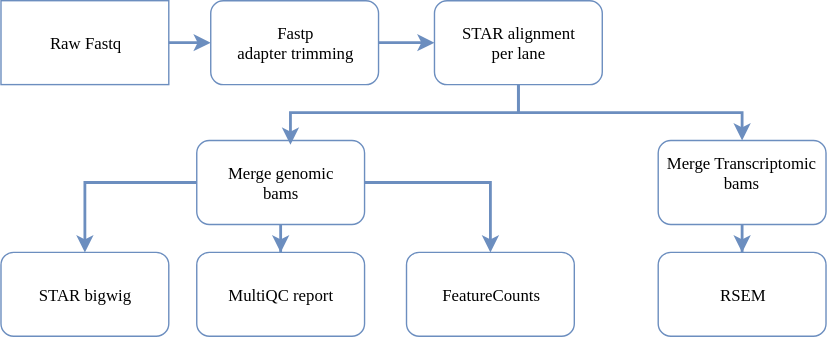
The draw.io diagram images/transcriptome.svg in imperial-genomics-facility/igf-pipeline-help, before a commit. Source tidied: cells renumbered, new cells last; positions are measured from the earlier drawing's top-left corner, leaving out a move shared by most shapes. Its diagram source:
```xml
<mxGraphModel>
  <root>
    <mxCell id="0" />
    <mxCell id="1" parent="0" />
    <mxCell id="2" style="edgeStyle=orthogonalEdgeStyle;rounded=0;html=1;entryX=0;entryY=0.5;jettySize=auto;strokeWidth=2;fillColor=#dae8fc;strokeColor=#6c8ebf;" parent="1" edge="1" source="3" target="5">
      <mxGeometry relative="1" as="geometry" />
    </mxCell>
    <mxCell id="3" value="&lt;font face=&quot;Lucida Console&quot;&gt;Raw Fastq&lt;/font&gt;" style="rounded=0;whiteSpace=wrap;html=1;fillColor=none;strokeColor=#6c8ebf;" parent="1" vertex="1">
      <mxGeometry width="120" height="60" as="geometry" />
    </mxCell>
    <mxCell id="4" style="edgeStyle=orthogonalEdgeStyle;rounded=0;html=1;exitX=1;exitY=0.5;entryX=0;entryY=0.5;jettySize=auto;strokeWidth=2;fillColor=#dae8fc;strokeColor=#6c8ebf;" parent="1" edge="1" source="5" target="8">
      <mxGeometry relative="1" as="geometry" />
    </mxCell>
    <mxCell id="5" value="&lt;font face=&quot;Lucida Console&quot;&gt;Fastp &lt;br&gt;adapter trimming&lt;/font&gt;" style="rounded=1;whiteSpace=wrap;html=1;fillColor=none;strokeColor=#6c8ebf;" parent="1" vertex="1">
      <mxGeometry x="150" width="120" height="60" as="geometry" />
    </mxCell>
    <mxCell id="6" style="edgeStyle=orthogonalEdgeStyle;rounded=0;html=1;exitX=0.5;exitY=1;entryX=0.558;entryY=0.05;entryPerimeter=0;jettySize=auto;strokeWidth=2;fillColor=#dae8fc;strokeColor=#6c8ebf;" parent="1" edge="1" source="8" target="12">
      <mxGeometry relative="1" as="geometry" />
    </mxCell>
    <mxCell id="7" style="edgeStyle=orthogonalEdgeStyle;rounded=0;html=1;exitX=0.5;exitY=1;jettySize=auto;strokeWidth=2;fillColor=#dae8fc;strokeColor=#6c8ebf;" parent="1" edge="1" source="8" target="14">
      <mxGeometry relative="1" as="geometry" />
    </mxCell>
    <mxCell id="8" value="&lt;font face=&quot;Lucida Console&quot;&gt;STAR alignment&lt;br&gt;per lane&lt;/font&gt;" style="rounded=1;whiteSpace=wrap;html=1;fillColor=none;strokeColor=#6c8ebf;" parent="1" vertex="1">
      <mxGeometry x="310" width="120" height="60" as="geometry" />
    </mxCell>
    <mxCell id="9" style="edgeStyle=orthogonalEdgeStyle;rounded=0;html=1;jettySize=auto;strokeWidth=2;fillColor=#dae8fc;strokeColor=#6c8ebf;" parent="1" edge="1" source="12" target="15">
      <mxGeometry relative="1" as="geometry" />
    </mxCell>
    <mxCell id="10" style="edgeStyle=orthogonalEdgeStyle;rounded=0;html=1;exitX=1;exitY=0.5;jettySize=auto;strokeWidth=2;fillColor=#dae8fc;strokeColor=#6c8ebf;" parent="1" edge="1" source="12" target="16">
      <mxGeometry relative="1" as="geometry" />
    </mxCell>
    <mxCell id="11" style="edgeStyle=orthogonalEdgeStyle;rounded=0;html=1;entryX=0.5;entryY=0;jettySize=auto;strokeWidth=2;fillColor=#dae8fc;strokeColor=#6c8ebf;" parent="1" edge="1" source="12" target="17">
      <mxGeometry relative="1" as="geometry" />
    </mxCell>
    <mxCell id="12" value="&lt;font face=&quot;Lucida Console&quot;&gt;Merge genomic &lt;br&gt;bams&lt;/font&gt;" style="rounded=1;whiteSpace=wrap;html=1;fillColor=none;strokeColor=#6c8ebf;" parent="1" vertex="1">
      <mxGeometry x="140" y="100" width="120" height="60" as="geometry" />
    </mxCell>
    <mxCell id="13" style="edgeStyle=orthogonalEdgeStyle;rounded=0;html=1;exitX=0.5;exitY=1;jettySize=auto;strokeWidth=2;fillColor=#dae8fc;strokeColor=#6c8ebf;" parent="1" edge="1" source="14" target="18">
      <mxGeometry relative="1" as="geometry" />
    </mxCell>
    <mxCell id="14" value="&lt;font face=&quot;Lucida Console&quot;&gt;Merge Transcriptomic bams&lt;/font&gt;" style="rounded=1;whiteSpace=wrap;html=1;fillColor=none;strokeColor=#6c8ebf;" parent="1" vertex="1">
      <mxGeometry x="470" y="100" width="120" height="60" as="geometry" />
    </mxCell>
    <mxCell id="15" value="&lt;font face=&quot;Lucida Console&quot;&gt;STAR bigwig&lt;/font&gt;" style="rounded=1;whiteSpace=wrap;html=1;fillColor=none;strokeColor=#6c8ebf;" parent="1" vertex="1">
      <mxGeometry y="180" width="120" height="60" as="geometry" />
    </mxCell>
    <mxCell id="16" value="&lt;font face=&quot;Lucida Console&quot;&gt;FeatureCounts&lt;/font&gt;" style="rounded=1;whiteSpace=wrap;html=1;fillColor=none;strokeColor=#6c8ebf;" parent="1" vertex="1">
      <mxGeometry x="290" y="180" width="120" height="60" as="geometry" />
    </mxCell>
    <mxCell id="17" value="&lt;font face=&quot;Lucida Console&quot;&gt;MultiQC report&lt;/font&gt;" style="rounded=1;whiteSpace=wrap;html=1;fillColor=none;strokeColor=#6c8ebf;" parent="1" vertex="1">
      <mxGeometry x="140" y="180" width="120" height="60" as="geometry" />
    </mxCell>
    <mxCell id="18" value="&lt;font face=&quot;Lucida Console&quot;&gt;RSEM&lt;/font&gt;" style="rounded=1;whiteSpace=wrap;html=1;fillColor=none;strokeColor=#6c8ebf;" parent="1" vertex="1">
      <mxGeometry x="470" y="180" width="120" height="60" as="geometry" />
    </mxCell>
  </root>
</mxGraphModel>
```
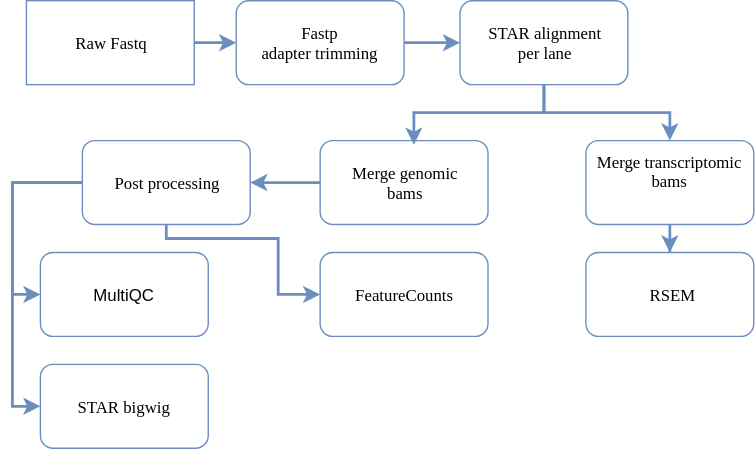
Later version of the same file.

Change to the diagram source:
```diff
@@ -23,35 +23,47 @@
     <mxCell id="8" value="&lt;font face=&quot;Lucida Console&quot;&gt;STAR alignment&lt;br&gt;per lane&lt;/font&gt;" style="rounded=1;whiteSpace=wrap;html=1;fillColor=none;strokeColor=#6c8ebf;" parent="1" vertex="1">
       <mxGeometry x="310" width="120" height="60" as="geometry" />
     </mxCell>
-    <mxCell id="9" style="edgeStyle=orthogonalEdgeStyle;rounded=0;html=1;jettySize=auto;strokeWidth=2;fillColor=#dae8fc;strokeColor=#6c8ebf;" parent="1" edge="1" source="12" target="15">
-      <mxGeometry relative="1" as="geometry" />
-    </mxCell>
-    <mxCell id="10" style="edgeStyle=orthogonalEdgeStyle;rounded=0;html=1;exitX=1;exitY=0.5;jettySize=auto;strokeWidth=2;fillColor=#dae8fc;strokeColor=#6c8ebf;" parent="1" edge="1" source="12" target="16">
-      <mxGeometry relative="1" as="geometry" />
-    </mxCell>
-    <mxCell id="11" style="edgeStyle=orthogonalEdgeStyle;rounded=0;html=1;entryX=0.5;entryY=0;jettySize=auto;strokeWidth=2;fillColor=#dae8fc;strokeColor=#6c8ebf;" parent="1" edge="1" source="12" target="17">
+    <mxCell id="11" style="edgeStyle=orthogonalEdgeStyle;rounded=0;html=1;exitX=0;exitY=0.5;entryX=1;entryY=0.5;jettySize=auto;strokeWidth=2;fillColor=#dae8fc;strokeColor=#6c8ebf;" parent="1" edge="1" source="12" target="17">
       <mxGeometry relative="1" as="geometry" />
     </mxCell>
-    <mxCell id="12" value="&lt;font face=&quot;Lucida Console&quot;&gt;Merge genomic &lt;br&gt;bams&lt;/font&gt;" style="rounded=1;whiteSpace=wrap;html=1;fillColor=none;strokeColor=#6c8ebf;" parent="1" vertex="1">
-      <mxGeometry x="140" y="100" width="120" height="60" as="geometry" />
+    <mxCell id="12" value="&lt;font face=&quot;Lucida Console&quot;&gt;Merge genomic &lt;br&gt;bams&lt;br&gt;&lt;/font&gt;" style="rounded=1;whiteSpace=wrap;html=1;fillColor=none;strokeColor=#6c8ebf;" parent="1" vertex="1">
+      <mxGeometry x="210" y="100" width="120" height="60" as="geometry" />
     </mxCell>
     <mxCell id="13" style="edgeStyle=orthogonalEdgeStyle;rounded=0;html=1;exitX=0.5;exitY=1;jettySize=auto;strokeWidth=2;fillColor=#dae8fc;strokeColor=#6c8ebf;" parent="1" edge="1" source="14" target="18">
       <mxGeometry relative="1" as="geometry" />
     </mxCell>
-    <mxCell id="14" value="&lt;font face=&quot;Lucida Console&quot;&gt;Merge Transcriptomic bams&lt;/font&gt;" style="rounded=1;whiteSpace=wrap;html=1;fillColor=none;strokeColor=#6c8ebf;" parent="1" vertex="1">
-      <mxGeometry x="470" y="100" width="120" height="60" as="geometry" />
+    <mxCell id="14" value="&lt;font face=&quot;Lucida Console&quot;&gt;Merge transcriptomic bams&lt;/font&gt;" style="rounded=1;whiteSpace=wrap;html=1;fillColor=none;strokeColor=#6c8ebf;" parent="1" vertex="1">
+      <mxGeometry x="400" y="100" width="120" height="60" as="geometry" />
     </mxCell>
     <mxCell id="15" value="&lt;font face=&quot;Lucida Console&quot;&gt;STAR bigwig&lt;/font&gt;" style="rounded=1;whiteSpace=wrap;html=1;fillColor=none;strokeColor=#6c8ebf;" parent="1" vertex="1">
-      <mxGeometry y="180" width="120" height="60" as="geometry" />
+      <mxGeometry x="10" y="260" width="120" height="60" as="geometry" />
     </mxCell>
     <mxCell id="16" value="&lt;font face=&quot;Lucida Console&quot;&gt;FeatureCounts&lt;/font&gt;" style="rounded=1;whiteSpace=wrap;html=1;fillColor=none;strokeColor=#6c8ebf;" parent="1" vertex="1">
-      <mxGeometry x="290" y="180" width="120" height="60" as="geometry" />
+      <mxGeometry x="210" y="180" width="120" height="60" as="geometry" />
     </mxCell>
+    <mxCell id="19" style="edgeStyle=orthogonalEdgeStyle;rounded=0;html=1;entryX=0;entryY=0.5;jettySize=auto;strokeWidth=2;exitX=0;exitY=0.5;fillColor=#dae8fc;strokeColor=#6c8ebf;" parent="1" edge="1" source="17" target="15">
+      <mxGeometry relative="1" as="geometry" />
+    </mxCell>
+    <mxCell id="20" style="edgeStyle=orthogonalEdgeStyle;rounded=0;html=1;entryX=0;entryY=0.5;jettySize=auto;strokeWidth=2;exitX=0;exitY=0.5;fillColor=#dae8fc;strokeColor=#6c8ebf;" parent="1" edge="1" source="17" target="22">
+      <mxGeometry relative="1" as="geometry" />
+    </mxCell>
+    <mxCell id="21" style="edgeStyle=orthogonalEdgeStyle;rounded=0;html=1;entryX=0;entryY=0.5;jettySize=auto;strokeWidth=2;fillColor=#dae8fc;strokeColor=#6c8ebf;exitX=0.5;exitY=1;" parent="1" edge="1" source="17" target="16">
+      <mxGeometry relative="1" as="geometry">
+        <Array as="points">
+          <mxPoint x="100" y="170" />
+          <mxPoint x="180" y="170" />
+          <mxPoint x="180" y="210" />
+        </Array>
+      </mxGeometry>
+    </mxCell>
-    <mxCell id="17" value="&lt;font face=&quot;Lucida Console&quot;&gt;MultiQC report&lt;/font&gt;" style="rounded=1;whiteSpace=wrap;html=1;fillColor=none;strokeColor=#6c8ebf;" parent="1" vertex="1">
-      <mxGeometry x="140" y="180" width="120" height="60" as="geometry" />
+    <mxCell id="17" value="&lt;font face=&quot;Lucida Console&quot;&gt;Post processing&lt;/font&gt;" style="rounded=1;whiteSpace=wrap;html=1;fillColor=none;strokeColor=#6c8ebf;" parent="1" vertex="1">
+      <mxGeometry x="40" y="100" width="120" height="60" as="geometry" />
     </mxCell>
     <mxCell id="18" value="&lt;font face=&quot;Lucida Console&quot;&gt;RSEM&lt;/font&gt;" style="rounded=1;whiteSpace=wrap;html=1;fillColor=none;strokeColor=#6c8ebf;" parent="1" vertex="1">
-      <mxGeometry x="470" y="180" width="120" height="60" as="geometry" />
+      <mxGeometry x="400" y="180" width="120" height="60" as="geometry" />
     </mxCell>
+    <mxCell id="22" value="MultiQC" style="rounded=1;whiteSpace=wrap;html=1;fillColor=none;strokeColor=#6c8ebf;" parent="1" vertex="1">
+      <mxGeometry x="10" y="180" width="120" height="60" as="geometry" />
+    </mxCell>
   </root>
 </mxGraphModel>
```
